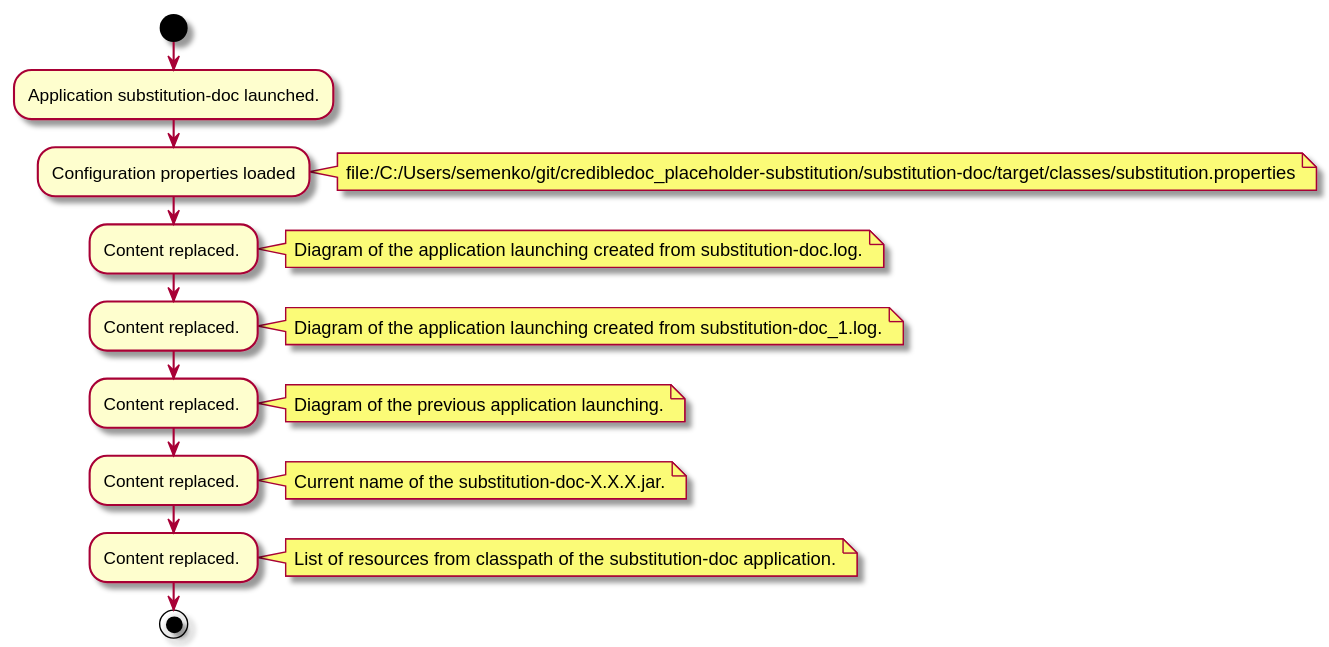
Before: substitution-doc/doc/img/diagrams.md_2.svg, a diagram exported from PlantUML (credibledoc/credible-doc).
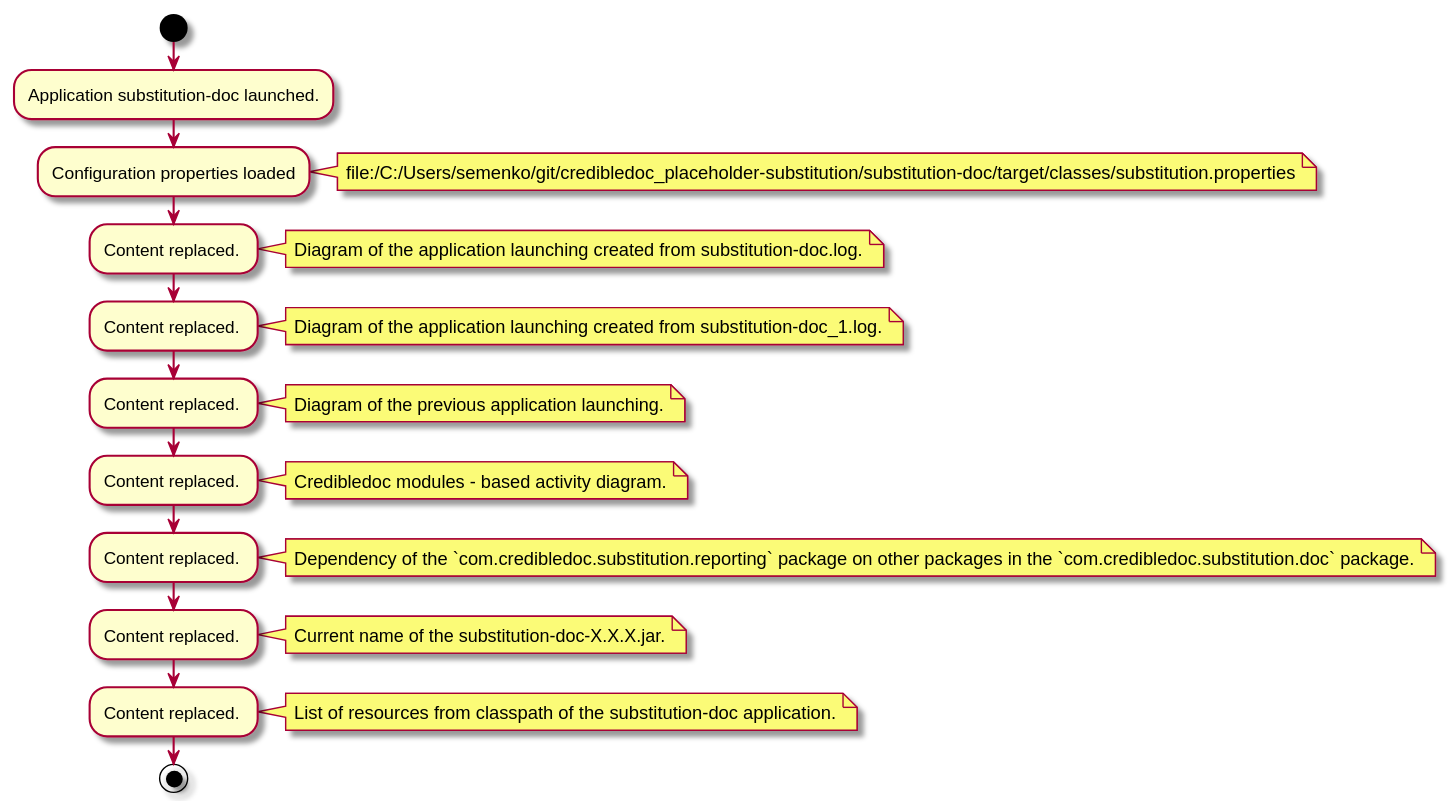
The same diagram one commit later.

What changed in the source:
```diff
@@ -24,6 +24,16 @@
 
 :Content replaced. ;
 note right
+Credibledoc modules - based activity diagram.
+end note
+
+:Content replaced. ;
+note right
+Dependency of the `com.credibledoc.substitution.reporting` package on other packages in the `com.credibledoc.substitution.doc` package.
+end note
+
+:Content replaced. ;
+note right
 Current name of the substitution-doc-X.X.X.jar.
 end note
 
```
